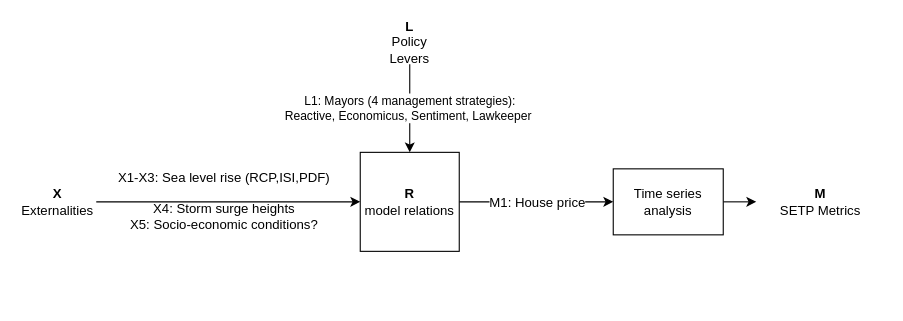
Above: Drawings/XLRM.dio in keesvanginkel/Urban-SETP (draw.io), before the change. Source tidied: cells renumbered, new cells numbered last; positions are measured from the earlier drawing's top-left corner, leaving out a move shared by most shapes. Both pictures are drawn from the tidied source at 110%, with x=0, y=0 at pixel (19, 20).
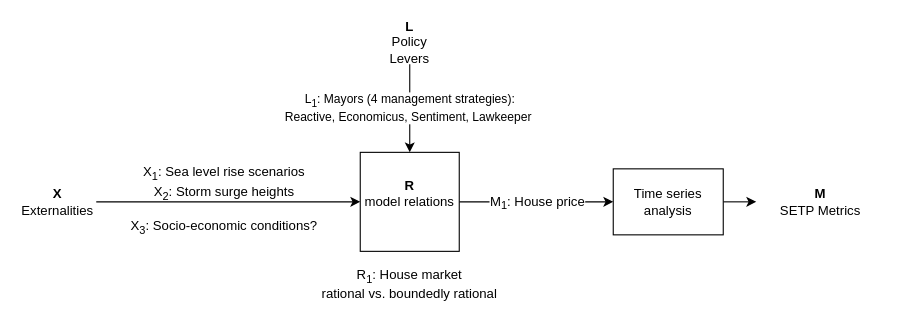
After the change.

Commit message (it also covers changes not shown here):
Put the model runflow in a seperate script and connected to the workbench

Diff of the diagram source:
```diff
@@
 <mxGraphModel background="#ffffff">
   <root>
     <mxCell id="0" />
     <mxCell id="1" parent="0" />
     <mxCell id="2" style="edgeStyle=orthogonalEdgeStyle;rounded=0;html=1;exitX=1;exitY=0.5;jettySize=auto;entryX=0;entryY=0.5;" parent="1" edge="1" source="4" target="12">
       <mxGeometry relative="1" as="geometry" />
     </mxCell>
-    <mxCell id="3" value="M1: House price" style="text;html=1;align=center;verticalAlign=middle;labelBackgroundColor=#ffffff;" parent="2" vertex="1">
+    <mxCell id="3" value="M&lt;sub&gt;1&lt;/sub&gt;: House price" style="text;html=1;align=center;verticalAlign=middle;labelBackgroundColor=#ffffff;" parent="2" vertex="1">
       <mxGeometry x="0.3" y="2" relative="1" as="geometry">
         <mxPoint x="-21" y="2" as="offset" />
       </mxGeometry>
     </mxCell>
-    <mxCell id="4" value="&lt;b&gt;R&lt;/b&gt;&lt;div&gt;model relations&lt;/div&gt;" style="whiteSpace=wrap;html=1;" parent="1" vertex="1">
+    <mxCell id="4" value="&lt;b&gt;R&lt;/b&gt;&lt;div&gt;model relations&lt;/div&gt;&lt;div&gt;&lt;br&gt;&lt;/div&gt;" style="whiteSpace=wrap;html=1;" parent="1" vertex="1">
       <mxGeometry x="310" y="120" width="90" height="90" as="geometry" />
     </mxCell>
     <mxCell id="5" value="&lt;div&gt;&lt;b&gt;X&lt;/b&gt;&lt;/div&gt;Externalities" style="text;html=1;strokeColor=none;fillColor=none;align=center;verticalAlign=middle;whiteSpace=wrap;rounded=0;" parent="1" vertex="1">
       <mxGeometry y="155" width="70" height="20" as="geometry" />
     </mxCell>
     <mxCell id="6" style="endArrow=classic;html=1;entryX=0;entryY=0.5;" parent="1" edge="1" source="5" target="4">
       <mxGeometry relative="1" as="geometry" />
     </mxCell>
-    <mxCell id="7" value="X1-X3: Sea level rise (RCP,ISI,PDF)&lt;div&gt;&lt;br&gt;&lt;div&gt;X4: Storm surge heights&lt;br&gt;&lt;/div&gt;&lt;/div&gt;&lt;div&gt;X5: Socio-economic conditions?&lt;/div&gt;" style="text;html=1;align=center;verticalAlign=middle;labelBackgroundColor=none;" parent="6" vertex="1">
+    <mxCell id="7" value="X&lt;sub&gt;1&lt;/sub&gt;: Sea level rise scenarios&lt;div&gt;X&lt;sub&gt;2&lt;/sub&gt;: Storm surge heights&lt;br&gt;&lt;div&gt;&lt;div&gt;&lt;br&gt;&lt;/div&gt;&lt;/div&gt;&lt;div&gt;X&lt;sub&gt;3&lt;/sub&gt;: Socio-economic conditions?&lt;/div&gt;&lt;/div&gt;" style="text;html=1;align=center;verticalAlign=middle;labelBackgroundColor=none;" parent="6" vertex="1">
       <mxGeometry x="0.23" y="-3" relative="1" as="geometry">
         <mxPoint x="-33" y="-5" as="offset" />
       </mxGeometry>
     </mxCell>
-    <mxCell id="8" value="L1: Mayors (4 management strategies):&lt;div&gt;Reactive, Economicus, Sentiment, Lawkeeper&amp;nbsp;&lt;/div&gt;" style="edgeStyle=orthogonalEdgeStyle;rounded=0;html=1;jettySize=auto;" parent="1" edge="1" source="9" target="4">
+    <mxCell id="8" value="L&lt;sub&gt;1&lt;/sub&gt;: Mayors (4 management strategies):&lt;div&gt;Reactive, Economicus, Sentiment, Lawkeeper&amp;nbsp;&lt;/div&gt;" style="edgeStyle=orthogonalEdgeStyle;rounded=0;html=1;jettySize=auto;" parent="1" edge="1" source="9" target="4">
       <mxGeometry relative="1" as="geometry" />
     </mxCell>
     <mxCell id="9" value="&lt;div&gt;&lt;b&gt;L&lt;/b&gt;&lt;/div&gt;Policy Levers" style="text;html=1;strokeColor=none;fillColor=none;align=center;verticalAlign=middle;whiteSpace=wrap;rounded=0;" parent="1" vertex="1">
       <mxGeometry x="335" width="40" height="40" as="geometry" />
     </mxCell>
     <mxCell id="10" value="&lt;div&gt;&lt;b&gt;M&lt;/b&gt;&lt;/div&gt;&lt;div&gt;SETP Metrics&lt;/div&gt;" style="text;html=1;strokeColor=none;fillColor=none;align=center;verticalAlign=middle;whiteSpace=wrap;rounded=0;" parent="1" vertex="1">
       <mxGeometry x="670" y="145" width="117" height="40" as="geometry" />
     </mxCell>
     <mxCell id="11" style="edgeStyle=orthogonalEdgeStyle;rounded=0;html=1;exitX=1;exitY=0.5;entryX=0;entryY=0.5;jettySize=auto;" parent="1" edge="1" source="12" target="10">
       <mxGeometry relative="1" as="geometry" />
     </mxCell>
     <mxCell id="12" value="Time series analysis" style="rounded=0;whiteSpace=wrap;html=1;" parent="1" vertex="1">
       <mxGeometry x="540" y="135" width="100" height="60" as="geometry" />
     </mxCell>
+    <mxCell id="13" value="R&lt;sub&gt;1&lt;/sub&gt;: House market&lt;div&gt;rational vs.&amp;nbsp;&lt;span style=&quot;letter-spacing: 0px&quot;&gt;boundedly rational&lt;/span&gt;&lt;/div&gt;" style="text;html=1;strokeColor=none;fillColor=none;align=center;verticalAlign=middle;whiteSpace=wrap;rounded=0;" parent="1" vertex="1">
+      <mxGeometry x="165" y="230" width="380" height="20" as="geometry" />
+    </mxCell>
   </root>
 </mxGraphModel>
```
